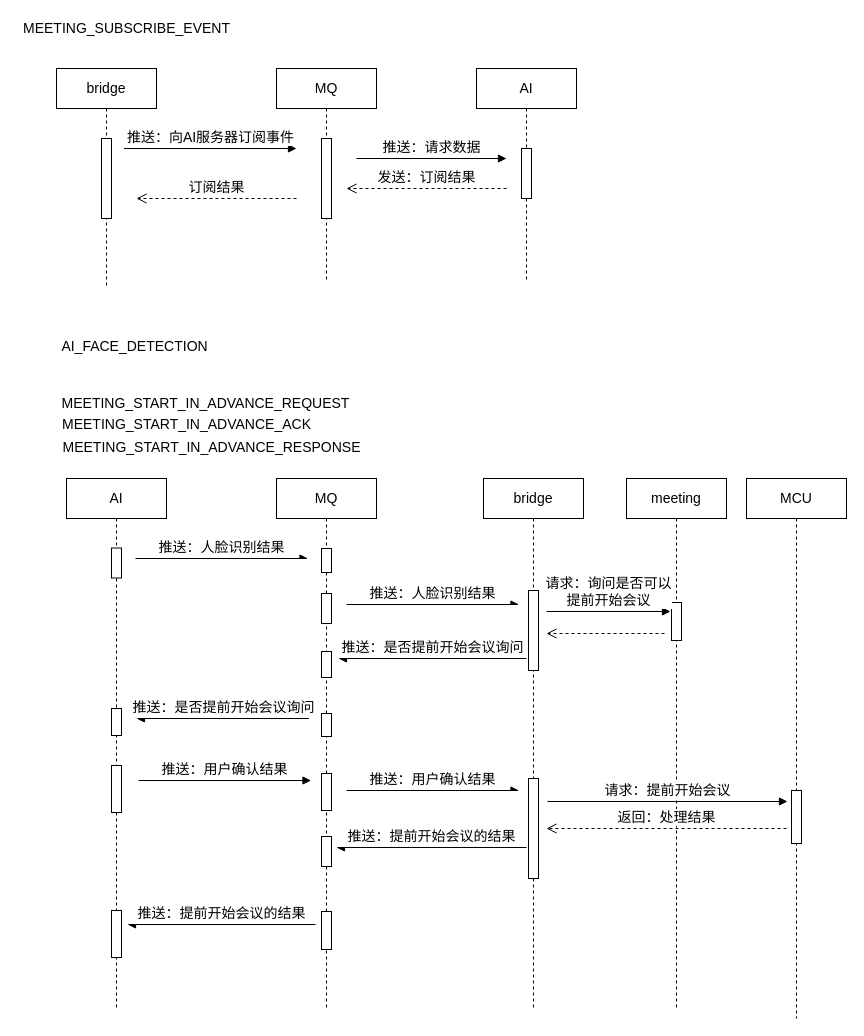
Before: page "提前开始会议" (1 of 3) of AI-meeting/AI-meeting.drawio in waterwatermelon/graph, a draw.io diagram. Source tidied: cells renumbered, new cells numbered last; positions are measured from the earlier drawing's top-left corner, leaving out a move shared by most shapes. Both pictures are drawn from the tidied source at 100%, with x=0, y=0 at pixel (17, 17).
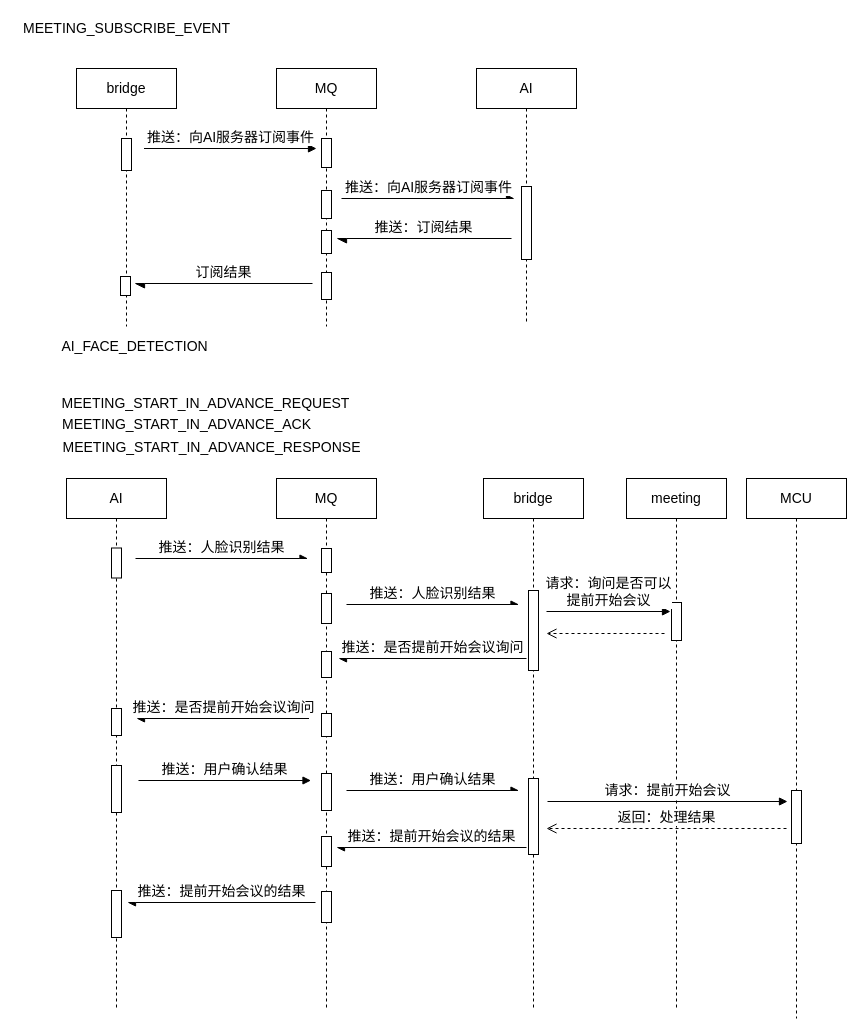
Above is the later version.

The change refers to these unchanged cells:
```xml
<mxCell id="12" value="AI" style="shape=umlLifeline;perimeter=lifelinePerimeter;whiteSpace=wrap;html=1;fontSize=14;" parent="1" vertex="1">
  <mxGeometry x="49" y="461" width="100" height="530" as="geometry" />
</mxCell>
<mxCell id="17" value="bridge" style="shape=umlLifeline;perimeter=lifelinePerimeter;whiteSpace=wrap;html=1;fontSize=14;" parent="1" vertex="1">
  <mxGeometry x="466" y="461" width="100" height="530" as="geometry" />
</mxCell>
<mxCell id="20" value="MQ" style="shape=umlLifeline;perimeter=lifelinePerimeter;whiteSpace=wrap;html=1;fontSize=14;" parent="1" vertex="1">
  <mxGeometry x="259" y="461" width="100" height="530" as="geometry" />
</mxCell>
```

Change to the diagram source:
```diff
@@
     <mxCell id="2" value="AI" style="shape=umlLifeline;perimeter=lifelinePerimeter;whiteSpace=wrap;html=1;fontSize=14;" parent="1" vertex="1">
-      <mxGeometry x="459" y="51" width="100" height="212" as="geometry" />
+      <mxGeometry x="459" y="51" width="100" height="253" as="geometry" />
     </mxCell>
     <mxCell id="3" style="html=1;perimeter=orthogonalPerimeter;fontSize=14;" parent="2" vertex="1">
-      <mxGeometry x="45" y="80" width="10" height="50" as="geometry" />
+      <mxGeometry x="45" y="118" width="10" height="73" as="geometry" />
     </mxCell>
     <mxCell id="4" value="bridge" style="shape=umlLifeline;perimeter=lifelinePerimeter;whiteSpace=wrap;html=1;fontSize=14;" parent="1" vertex="1">
-      <mxGeometry x="39" y="51" width="100" height="218" as="geometry" />
+      <mxGeometry x="59" y="51" width="100" height="258" as="geometry" />
     </mxCell>
     <mxCell id="5" style="html=1;perimeter=orthogonalPerimeter;fontSize=14;" parent="4" vertex="1">
-      <mxGeometry x="45" y="70" width="10" height="80" as="geometry" />
+      <mxGeometry x="45" y="70" width="10" height="32" as="geometry" />
     </mxCell>
+    <mxCell id="49" style="html=1;perimeter=orthogonalPerimeter;fontSize=14;" parent="4" vertex="1">
+      <mxGeometry x="44" y="208" width="10" height="19" as="geometry" />
+    </mxCell>
     <mxCell id="6" value="MQ" style="shape=umlLifeline;perimeter=lifelinePerimeter;whiteSpace=wrap;html=1;fontSize=14;" parent="1" vertex="1">
-      <mxGeometry x="259" y="51" width="100" height="214" as="geometry" />
+      <mxGeometry x="259" y="51" width="100" height="258" as="geometry" />
     </mxCell>
     <mxCell id="7" style="html=1;perimeter=orthogonalPerimeter;fontSize=14;" parent="6" vertex="1">
-      <mxGeometry x="45" y="70" width="10" height="80" as="geometry" />
+      <mxGeometry x="45" y="70" width="10" height="29" as="geometry" />
     </mxCell>
+    <mxCell id="50" style="html=1;perimeter=orthogonalPerimeter;fontSize=14;" parent="6" vertex="1">
+      <mxGeometry x="45" y="122" width="10" height="28" as="geometry" />
+    </mxCell>
+    <mxCell id="51" style="html=1;perimeter=orthogonalPerimeter;fontSize=14;" parent="6" vertex="1">
+      <mxGeometry x="45" y="204" width="10" height="27" as="geometry" />
+    </mxCell>
+    <mxCell id="52" style="html=1;perimeter=orthogonalPerimeter;fontSize=14;" parent="6" vertex="1">
+      <mxGeometry x="45" y="162" width="10" height="23" as="geometry" />
+    </mxCell>
     <mxCell id="8" value="推送：向AI服务器订阅事件" style="html=1;verticalAlign=bottom;endArrow=block;fontSize=14;" parent="1" edge="1">
       <mxGeometry relative="1" as="geometry">
-        <mxPoint x="106.5" y="131" as="sourcePoint" />
-        <mxPoint x="279" y="131" as="targetPoint" />
+        <mxPoint x="126.5" y="131" as="sourcePoint" />
+        <mxPoint x="299" y="131" as="targetPoint" />
       </mxGeometry>
     </mxCell>
-    <mxCell id="9" value="推送：请求数据" style="html=1;verticalAlign=bottom;endArrow=block;fontSize=14;" parent="1" edge="1">
+    <mxCell id="9" value="推送：向AI服务器订阅事件" style="html=1;verticalAlign=bottom;endArrow=async;fontSize=14;endFill=1;" parent="1" edge="1">
       <mxGeometry relative="1" as="geometry">
-        <mxPoint x="339" y="141" as="sourcePoint" />
-        <mxPoint x="489" y="141" as="targetPoint" />
+        <mxPoint x="324" y="181" as="sourcePoint" />
+        <mxPoint x="497" y="181" as="targetPoint" />
       </mxGeometry>
     </mxCell>
-    <mxCell id="10" value="发送：订阅结果" style="html=1;verticalAlign=bottom;endArrow=open;dashed=1;endSize=8;fontSize=14;" parent="1" edge="1">
+    <mxCell id="10" value="推送：订阅结果" style="html=1;verticalAlign=bottom;endArrow=async;endSize=8;fontSize=14;endFill=1;" parent="1" edge="1">
       <mxGeometry relative="1" as="geometry">
-        <mxPoint x="489" y="171" as="sourcePoint" />
-        <mxPoint x="329" y="171" as="targetPoint" />
+        <mxPoint x="494" y="221" as="sourcePoint" />
+        <mxPoint x="319" y="221" as="targetPoint" />
       </mxGeometry>
     </mxCell>
-    <mxCell id="11" value="订阅结果" style="html=1;verticalAlign=bottom;endArrow=open;dashed=1;endSize=8;fontSize=14;" parent="1" edge="1">
+    <mxCell id="11" value="订阅结果" style="html=1;verticalAlign=bottom;endArrow=async;endSize=8;fontSize=14;endFill=1;" parent="1" edge="1">
       <mxGeometry relative="1" as="geometry">
-        <mxPoint x="279" y="181" as="sourcePoint" />
-        <mxPoint x="119" y="181" as="targetPoint" />
+        <mxPoint x="295" y="266" as="sourcePoint" />
+        <mxPoint x="117" y="266" as="targetPoint" />
       </mxGeometry>
     </mxCell>
@@
     <mxCell id="16" style="html=1;perimeter=orthogonalPerimeter;fontSize=14;" parent="12" vertex="1">
-      <mxGeometry x="45" y="432" width="10" height="47" as="geometry" />
+      <mxGeometry x="45" y="412" width="10" height="47" as="geometry" />
     </mxCell>
@@
     <mxCell id="19" style="html=1;perimeter=orthogonalPerimeter;fontSize=14;" parent="17" vertex="1">
-      <mxGeometry x="45" y="300" width="10" height="100" as="geometry" />
+      <mxGeometry x="45" y="300" width="10" height="76" as="geometry" />
     </mxCell>
@@
     <mxCell id="27" style="html=1;perimeter=orthogonalPerimeter;fontSize=14;" parent="20" vertex="1">
-      <mxGeometry x="45" y="433" width="10" height="38" as="geometry" />
+      <mxGeometry x="45" y="413" width="10" height="31" as="geometry" />
     </mxCell>
@@
     <mxCell id="42" value="推送：提前开始会议的结果" style="html=1;verticalAlign=bottom;endArrow=async;fontSize=14;endFill=1;" parent="1" edge="1">
       <mxGeometry relative="1" as="geometry">
-        <mxPoint x="298" y="907" as="sourcePoint" />
-        <mxPoint x="110" y="907" as="targetPoint" />
+        <mxPoint x="298" y="885" as="sourcePoint" />
+        <mxPoint x="110" y="885" as="targetPoint" />
       </mxGeometry>
     </mxCell>
```
